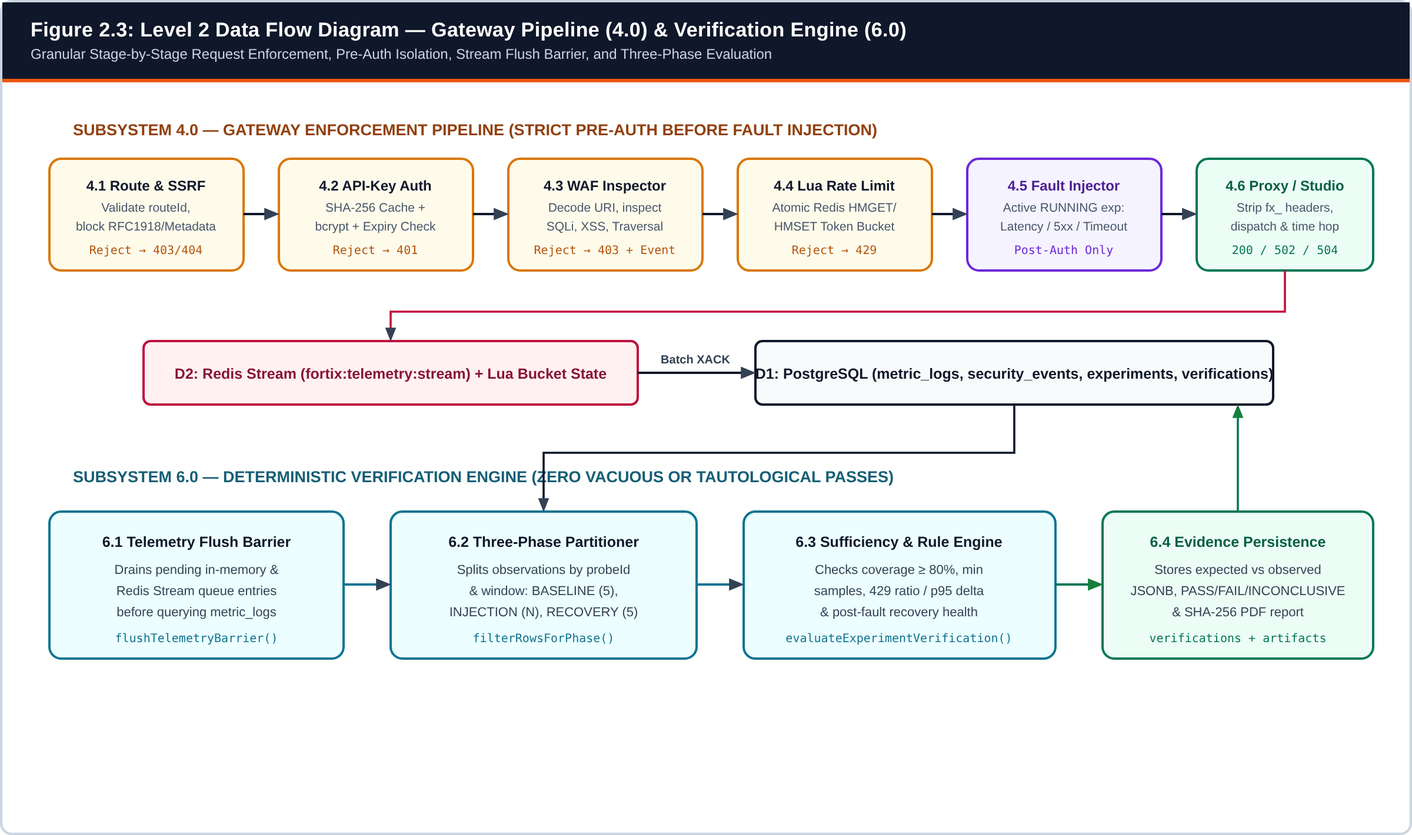
The Mermaid diagram docs/reports/diagrams/fig04_dfd_level2.png in mr-vdnt/FortiX, before a commit. Its source is kept beside it as docs/reports/diagrams/fig04_dfd_level2.mmd.
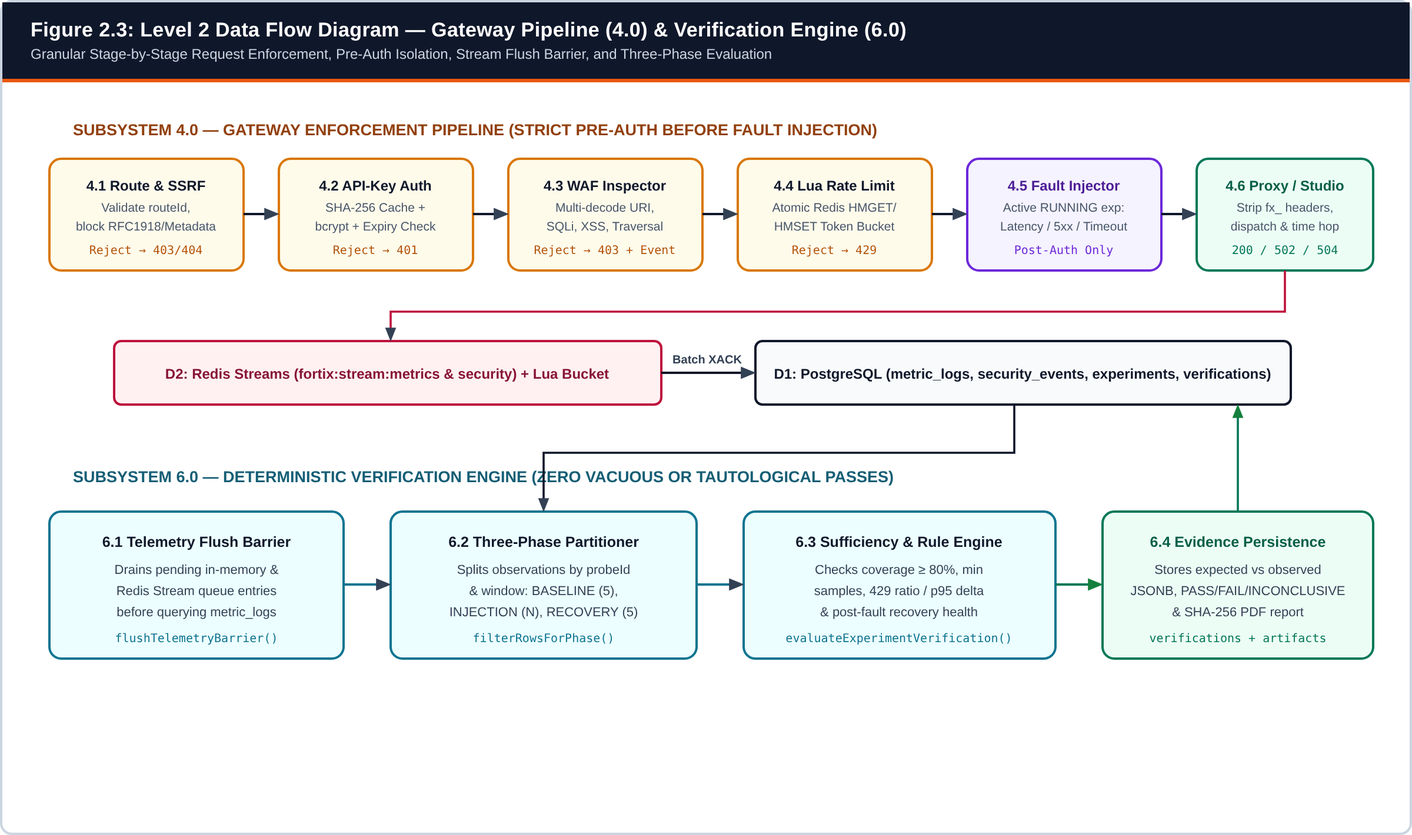
After the commit.

Diff of the diagram source:
```diff
@@ -5,6 +5,6 @@
   P43 --> P44("4.4 Redis Lua Token Bucket")
   P44 --> P45("4.5 Post-Auth Fault Injector")
   P45 --> P46("4.6 Studio / Upstream Proxy")
-  P46 --> P61("6.1 Redis Stream Telemetry")
+  P46 --> P61("6.1 fortix:stream:metrics")
   P61 --> P62("6.2 Flush Barrier & Phase Split")
   P62 --> P63("6.3 Deterministic Verdict Engine")
```
